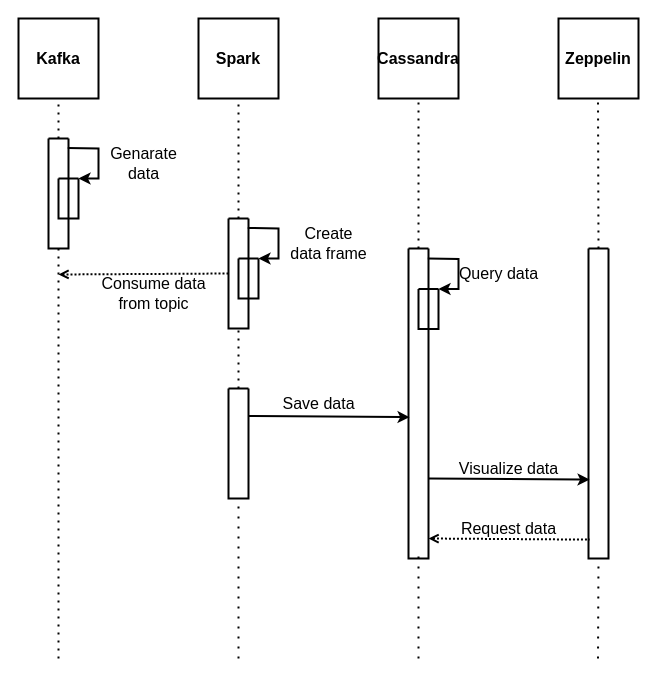
Before: sequence-diagram-thesis.drawio in datdonguyen99/demoGit, a draw.io diagram. Source tidied: cells renumbered, new cells numbered last; positions are measured from the earlier drawing's top-left corner, leaving out a move shared by most shapes. Both pictures are drawn from the tidied source at 100%, with x=0, y=0 at pixel (18, 18).
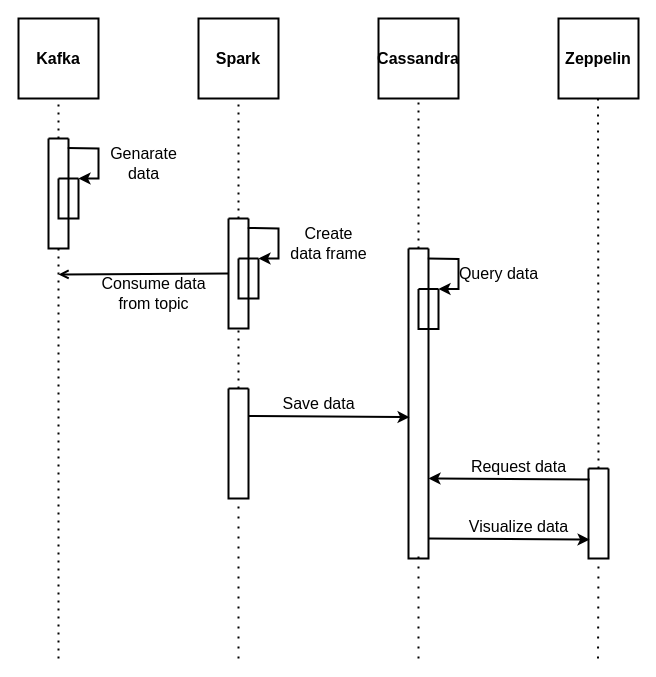
The same diagram, later.

Commit message:
Cập nhật sequence-diagram-thesis.drawio

The change refers to these unchanged cells:
```xml
<mxCell id="16" style="swimlane;startSize=0;strokeWidth=2;fontSize=16;labelBackgroundColor=none;fillStyle=auto;" parent="1" vertex="1">
  <mxGeometry x="210" y="200" width="20" height="110" as="geometry" />
</mxCell>
```

The edit, as a diff of the source:
```diff
@@
-    <mxCell id="10" style="endArrow=none;dashed=1;html=1;dashPattern=1 3;strokeWidth=2;rounded=0;fontSize=16;entryX=0.5;entryY=1;entryDx=0;entryDy=0;" parent="1" edge="1">
+    <mxCell id="10" style="endArrow=none;dashed=1;html=1;dashPattern=1 3;strokeWidth=2;rounded=0;fontSize=16;entryX=0.5;entryY=1;entryDx=0;entryDy=0;exitX=0.5;exitY=0;exitDx=0;exitDy=0;" parent="1" edge="1" source="24">
       <mxGeometry relative="1" as="geometry">
-        <mxPoint x="580" y="230" as="sourcePoint" />
         <mxPoint x="579.5" y="80" as="targetPoint" />
       </mxGeometry>
     </mxCell>
@@
-    <mxCell id="18" style="endArrow=open;html=1;rounded=0;strokeWidth=2;fontSize=16;exitX=0;exitY=0.5;exitDx=0;exitDy=0;dashed=1;dashPattern=1 1;endFill=0;" parent="1" edge="1" source="16">
+    <mxCell id="18" style="endArrow=open;html=1;rounded=0;strokeWidth=2;fontSize=16;exitX=0;exitY=0.5;exitDx=0;exitDy=0;endFill=0;" parent="1" edge="1" source="16">
       <mxGeometry relative="1" as="geometry">
         <mxPoint x="40" y="256" as="targetPoint" />
       </mxGeometry>
     </mxCell>
@@
     <mxCell id="24" style="swimlane;startSize=0;strokeWidth=2;fontSize=16;labelBackgroundColor=none;fillStyle=auto;" parent="1" vertex="1">
-      <mxGeometry x="570" y="230" width="20" height="310" as="geometry" />
+      <mxGeometry x="570" y="450" width="20" height="90" as="geometry" />
     </mxCell>
@@
-    <mxCell id="30" style="endArrow=classic;html=1;rounded=0;strokeWidth=2;fontSize=16;exitX=1;exitY=0.25;exitDx=0;exitDy=0;entryX=0.055;entryY=0.544;entryDx=0;entryDy=0;entryPerimeter=0;" parent="1" edge="1">
+    <mxCell id="30" style="endArrow=none;html=1;rounded=0;strokeWidth=2;fontSize=16;exitX=1;exitY=0.25;exitDx=0;exitDy=0;entryX=0.055;entryY=0.544;entryDx=0;entryDy=0;entryPerimeter=0;startArrow=classic;startFill=1;endFill=0;" parent="1" edge="1">
       <mxGeometry relative="1" as="geometry">
         <mxPoint x="410" y="460" as="sourcePoint" />
         <mxPoint x="571.1" y="461.1" as="targetPoint" />
       </mxGeometry>
     </mxCell>
-    <mxCell id="31" style="endArrow=none;html=1;rounded=0;strokeWidth=2;fontSize=16;exitX=1;exitY=0.25;exitDx=0;exitDy=0;entryX=0.055;entryY=0.544;entryDx=0;entryDy=0;entryPerimeter=0;startArrow=open;startFill=0;endFill=0;dashed=1;dashPattern=1 1;" parent="1" edge="1">
+    <mxCell id="31" style="endArrow=classic;html=1;rounded=0;strokeWidth=2;fontSize=16;exitX=1;exitY=0.25;exitDx=0;exitDy=0;entryX=0.055;entryY=0.544;entryDx=0;entryDy=0;entryPerimeter=0;startArrow=none;startFill=0;endFill=1;" parent="1" edge="1">
       <mxGeometry relative="1" as="geometry">
         <mxPoint x="410" y="520" as="sourcePoint" />
         <mxPoint x="571.1" y="521.1" as="targetPoint" />
       </mxGeometry>
     </mxCell>
     <mxCell id="32" value="Visualize data" style="text;html=1;align=center;verticalAlign=middle;strokeColor=none;fillColor=none;fontSize=16;" parent="1" vertex="1">
-      <mxGeometry x="430" y="435" width="120" height="30" as="geometry" />
+      <mxGeometry x="440" y="493" width="120" height="30" as="geometry" />
     </mxCell>
     <mxCell id="33" value="Request data" style="text;html=1;align=center;verticalAlign=middle;strokeColor=none;fillColor=none;fontSize=16;" parent="1" vertex="1">
-      <mxGeometry x="430" y="495" width="120" height="30" as="geometry" />
+      <mxGeometry x="440" y="433" width="120" height="30" as="geometry" />
     </mxCell>
```
